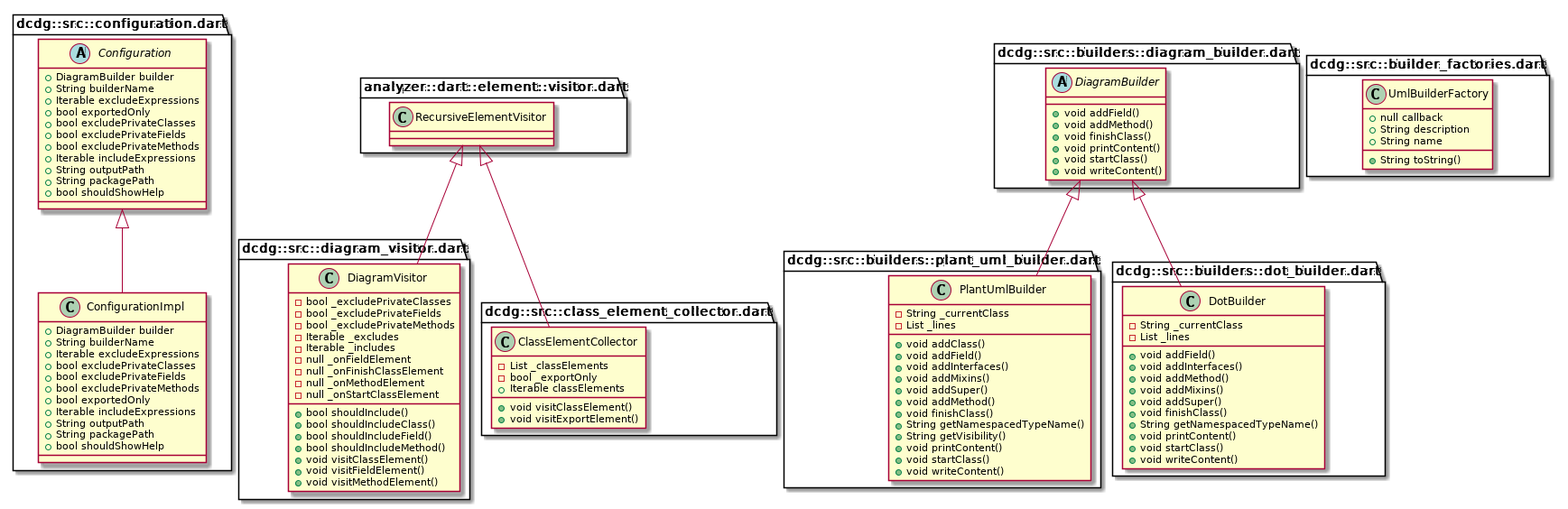
Earlier version of the PlantUML export example/dcdg.png (glesica/dcdg.dart). Its diagram source:
```plantuml
@startuml
set namespaceSeparator ::

abstract class dcdg::src::configuration.dart::Configuration {
  +DiagramBuilder builder
  +String builderName
  +Iterable excludeExpressions
  +bool exportedOnly
  +bool excludePrivateClasses
  +bool excludePrivateFields
  +bool excludePrivateMethods
  +Iterable includeExpressions
  +String outputPath
  +String packagePath
  +bool shouldShowHelp
}



class dcdg::src::configuration.dart::ConfigurationImpl {
  +DiagramBuilder builder
  +String builderName
  +Iterable excludeExpressions
  +bool excludePrivateClasses
  +bool excludePrivateFields
  +bool excludePrivateMethods
  +bool exportedOnly
  +Iterable includeExpressions
  +String outputPath
  +String packagePath
  +bool shouldShowHelp
}

dcdg::src::configuration.dart::Configuration <|-- dcdg::src::configuration.dart::ConfigurationImpl


class dcdg::src::diagram_visitor.dart::DiagramVisitor {
  -bool _excludePrivateClasses
  -bool _excludePrivateFields
  -bool _excludePrivateMethods
  -Iterable _excludes
  -Iterable _includes
  -null _onFieldElement
  -null _onFinishClassElement
  -null _onMethodElement
  -null _onStartClassElement
  +bool shouldInclude()
  +bool shouldIncludeClass()
  +bool shouldIncludeField()
  +bool shouldIncludeMethod()
  +void visitClassElement()
  +void visitFieldElement()
  +void visitMethodElement()
}

analyzer::dart::element::visitor.dart::RecursiveElementVisitor <|-- dcdg::src::diagram_visitor.dart::DiagramVisitor


class dcdg::src::builders::plant_uml_builder.dart::PlantUmlBuilder {
  -String _currentClass
  -List _lines
  +void addClass()
  +void addField()
  +void addInterfaces()
  +void addMixins()
  +void addSuper()
  +void addMethod()
  +void finishClass()
  +String getNamespacedTypeName()
  +String getVisibility()
  +void printContent()
  +void startClass()
  +void writeContent()
}

dcdg::src::builders::diagram_builder.dart::DiagramBuilder <|-- dcdg::src::builders::plant_uml_builder.dart::PlantUmlBuilder


class dcdg::src::builders::dot_builder.dart::DotBuilder {
  -String _currentClass
  -List _lines
  +void addField()
  +void addInterfaces()
  +void addMethod()
  +void addMixins()
  +void addSuper()
  +void finishClass()
  +String getNamespacedTypeName()
  +void printContent()
  +void startClass()
  +void writeContent()
}

dcdg::src::builders::diagram_builder.dart::DiagramBuilder <|-- dcdg::src::builders::dot_builder.dart::DotBuilder


abstract class dcdg::src::builders::diagram_builder.dart::DiagramBuilder {
  +void addField()
  +void addMethod()
  +void finishClass()
  +void printContent()
  +void startClass()
  +void writeContent()
}



class dcdg::src::builder_factories.dart::UmlBuilderFactory {
  +null callback
  +String description
  +String name
  +String toString()
}



class dcdg::src::class_element_collector.dart::ClassElementCollector {
  -List _classElements
  -bool _exportOnly
  +Iterable classElements
  +void visitClassElement()
  +void visitExportElement()
}

analyzer::dart::element::visitor.dart::RecursiveElementVisitor <|-- dcdg::src::class_element_collector.dart::ClassElementCollector


@enduml
```
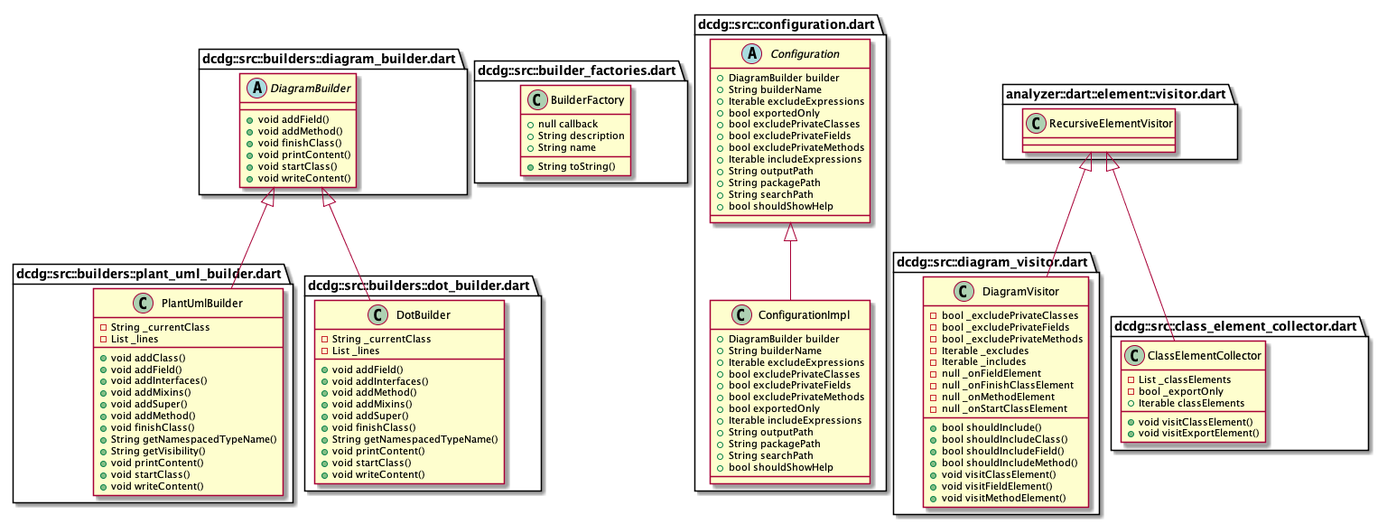
Later version of the same file.

Diff of the diagram source:
```diff
@@ -1,60 +1,5 @@
 @startuml
 set namespaceSeparator ::
-
-abstract class dcdg::src::configuration.dart::Configuration {
-  +DiagramBuilder builder
-  +String builderName
-  +Iterable excludeExpressions
-  +bool exportedOnly
-  +bool excludePrivateClasses
-  +bool excludePrivateFields
-  +bool excludePrivateMethods
-  +Iterable includeExpressions
-  +String outputPath
-  +String packagePath
-  +bool shouldShowHelp
-}
-
-
-
-class dcdg::src::configuration.dart::ConfigurationImpl {
-  +DiagramBuilder builder
-  +String builderName
-  +Iterable excludeExpressions
-  +bool excludePrivateClasses
-  +bool excludePrivateFields
-  +bool excludePrivateMethods
-  +bool exportedOnly
-  +Iterable includeExpressions
-  +String outputPath
-  +String packagePath
-  +bool shouldShowHelp
-}
-
-dcdg::src::configuration.dart::Configuration <|-- dcdg::src::configuration.dart::ConfigurationImpl
-
-
-class dcdg::src::diagram_visitor.dart::DiagramVisitor {
-  -bool _excludePrivateClasses
-  -bool _excludePrivateFields
-  -bool _excludePrivateMethods
-  -Iterable _excludes
-  -Iterable _includes
-  -null _onFieldElement
-  -null _onFinishClassElement
-  -null _onMethodElement
-  -null _onStartClassElement
-  +bool shouldInclude()
-  +bool shouldIncludeClass()
-  +bool shouldIncludeField()
-  +bool shouldIncludeMethod()
-  +void visitClassElement()
-  +void visitFieldElement()
-  +void visitMethodElement()
-}
-
-analyzer::dart::element::visitor.dart::RecursiveElementVisitor <|-- dcdg::src::diagram_visitor.dart::DiagramVisitor
-
 
 class dcdg::src::builders::plant_uml_builder.dart::PlantUmlBuilder {
   -String _currentClass
@@ -105,13 +50,70 @@
 
 
 
-class dcdg::src::builder_factories.dart::UmlBuilderFactory {
+class dcdg::src::builder_factories.dart::BuilderFactory {
   +null callback
   +String description
   +String name
   +String toString()
 }
 
+
+
+abstract class dcdg::src::configuration.dart::Configuration {
+  +DiagramBuilder builder
+  +String builderName
+  +Iterable excludeExpressions
+  +bool exportedOnly
+  +bool excludePrivateClasses
+  +bool excludePrivateFields
+  +bool excludePrivateMethods
+  +Iterable includeExpressions
+  +String outputPath
+  +String packagePath
+  +String searchPath
+  +bool shouldShowHelp
+}
+
+
+
+class dcdg::src::configuration.dart::ConfigurationImpl {
+  +DiagramBuilder builder
+  +String builderName
+  +Iterable excludeExpressions
+  +bool excludePrivateClasses
+  +bool excludePrivateFields
+  +bool excludePrivateMethods
+  +bool exportedOnly
+  +Iterable includeExpressions
+  +String outputPath
+  +String packagePath
+  +String searchPath
+  +bool shouldShowHelp
+}
+
+dcdg::src::configuration.dart::Configuration <|-- dcdg::src::configuration.dart::ConfigurationImpl
+
+
+class dcdg::src::diagram_visitor.dart::DiagramVisitor {
+  -bool _excludePrivateClasses
+  -bool _excludePrivateFields
+  -bool _excludePrivateMethods
+  -Iterable _excludes
+  -Iterable _includes
+  -null _onFieldElement
+  -null _onFinishClassElement
+  -null _onMethodElement
+  -null _onStartClassElement
+  +bool shouldInclude()
+  +bool shouldIncludeClass()
+  +bool shouldIncludeField()
+  +bool shouldIncludeMethod()
+  +void visitClassElement()
+  +void visitFieldElement()
+  +void visitMethodElement()
+}
+
+analyzer::dart::element::visitor.dart::RecursiveElementVisitor <|-- dcdg::src::diagram_visitor.dart::DiagramVisitor
 
 
 class dcdg::src::class_element_collector.dart::ClassElementCollector {
```
